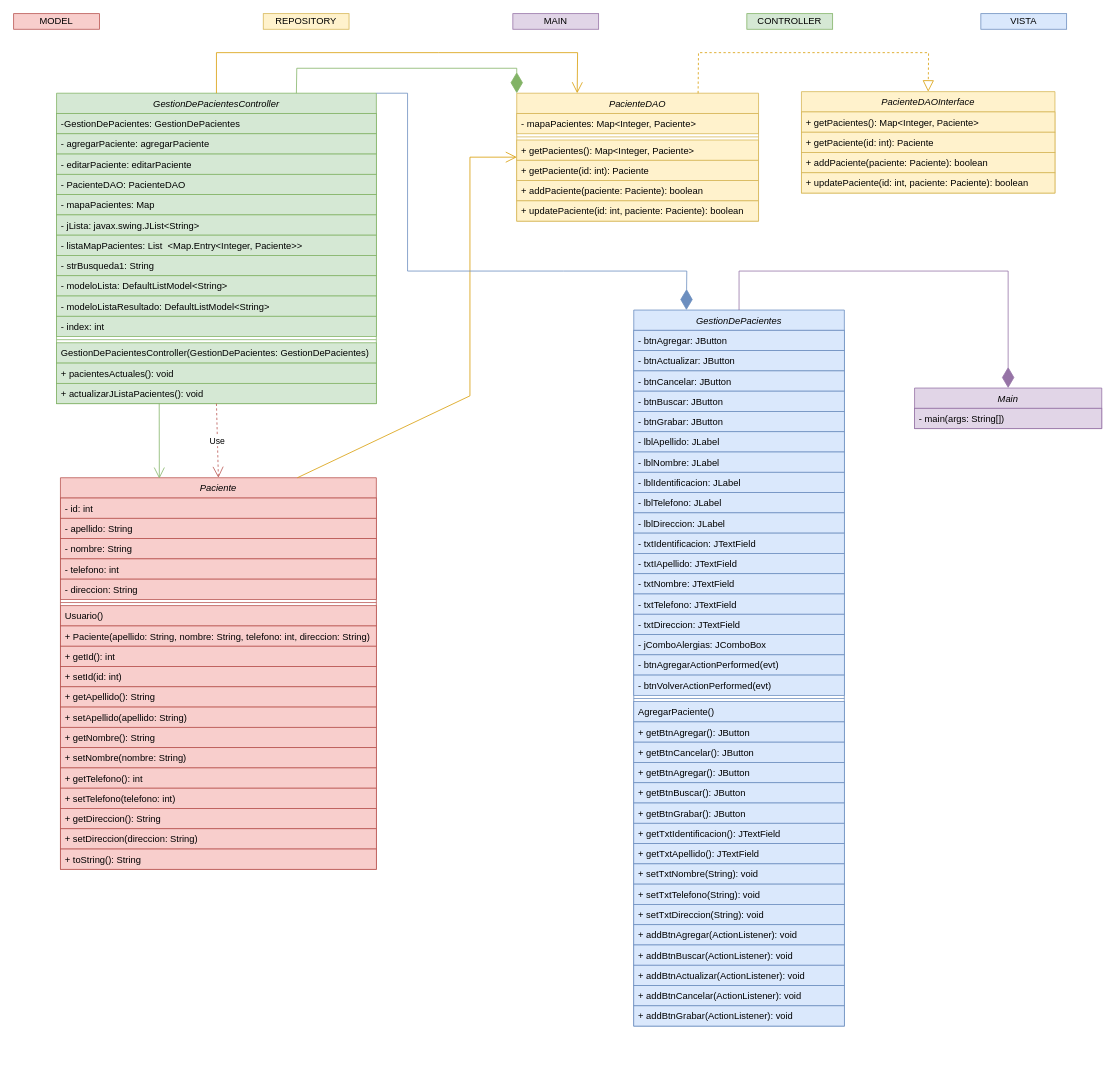
The draw.io diagram Parcial.drawio in 18luisc/Parcial, before the edit. Source tidied: cells renumbered, new cells numbered last; positions are measured from the earlier drawing's top-left corner, leaving out a move shared by most shapes. Both pictures are drawn from the tidied source at 78%, with x=0, y=0 at pixel (13, 13).
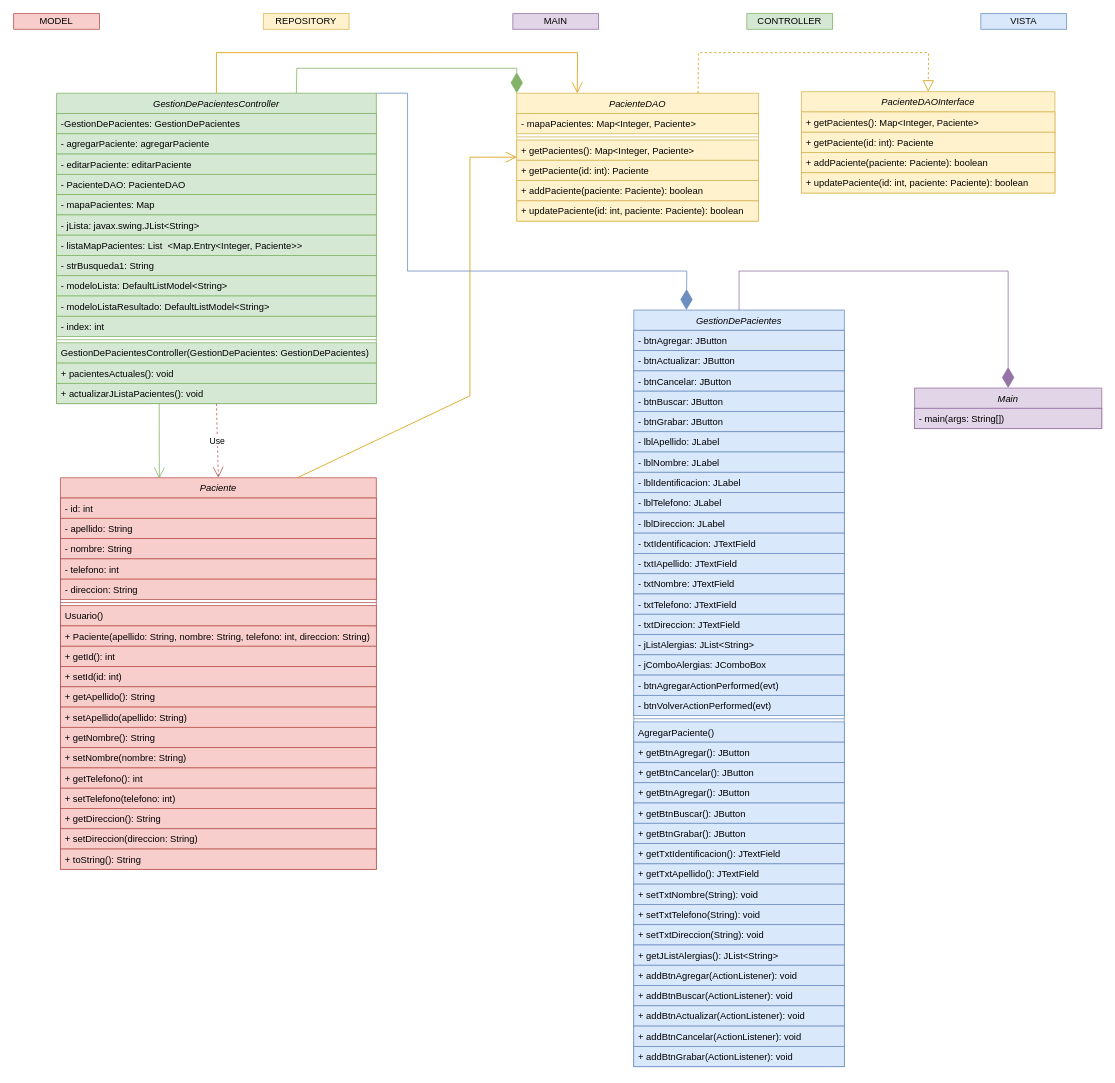
Above is the later version.

Commit message:
Actualización Clases

The edit, as a diff of the source:
```diff
@@
     <mxCell id="50" value="GestionDePacientes" style="swimlane;fontStyle=2;align=center;verticalAlign=top;horizontal=1;startSize=26;rounded=0;shadow=0;strokeWidth=1;fillColor=#dae8fc;strokeColor=#6c8ebf;" parent="1" vertex="1">
-      <mxGeometry x="795" y="380" width="270" height="918" as="geometry" />
+      <mxGeometry x="795" y="380" width="270" height="970" as="geometry" />
     </mxCell>
@@
+    <mxCell id="101" value="- jListAlergias: JList&lt;String&gt; " style="text;align=left;verticalAlign=top;spacingLeft=4;spacingRight=4;overflow=hidden;fillColor=#dae8fc;strokeColor=#6c8ebf;" parent="50" vertex="1">
+      <mxGeometry y="416" width="270" height="26" as="geometry" />
+    </mxCell>
     <mxCell id="66" value="- jComboAlergias: JComboBox" style="text;align=left;verticalAlign=top;spacingLeft=4;spacingRight=4;overflow=hidden;rounded=0;shadow=0;html=0;fillColor=#dae8fc;strokeColor=#6c8ebf;" parent="50" vertex="1">
-      <mxGeometry y="416" width="270" height="26" as="geometry" />
+      <mxGeometry y="442" width="270" height="26" as="geometry" />
     </mxCell>
     <mxCell id="67" value="- btnAgregarActionPerformed(evt)" style="text;align=left;verticalAlign=top;spacingLeft=4;spacingRight=4;overflow=hidden;fillColor=#dae8fc;strokeColor=#6c8ebf;" parent="50" vertex="1">
-      <mxGeometry y="442" width="270" height="26" as="geometry" />
+      <mxGeometry y="468" width="270" height="26" as="geometry" />
     </mxCell>
     <mxCell id="68" value="- btnVolverActionPerformed(evt)" style="text;align=left;verticalAlign=top;spacingLeft=4;spacingRight=4;overflow=hidden;fillColor=#dae8fc;strokeColor=#6c8ebf;" parent="50" vertex="1">
-      <mxGeometry y="468" width="270" height="26" as="geometry" />
+      <mxGeometry y="494" width="270" height="26" as="geometry" />
     </mxCell>
     <mxCell id="69" style="line;html=1;strokeWidth=1;align=left;verticalAlign=middle;spacingTop=-1;spacingLeft=3;spacingRight=3;labelPosition=right;fillColor=#dae8fc;strokeColor=#6c8ebf;" parent="50" vertex="1">
-      <mxGeometry y="494" width="270" height="8" as="geometry" />
+      <mxGeometry y="520" width="270" height="8" as="geometry" />
     </mxCell>
     <mxCell id="70" value="AgregarPaciente()  " style="text;align=left;verticalAlign=top;spacingLeft=4;spacingRight=4;overflow=hidden;fillColor=#dae8fc;strokeColor=#6c8ebf;" parent="50" vertex="1">
-      <mxGeometry y="502" width="270" height="26" as="geometry" />
+      <mxGeometry y="528" width="270" height="26" as="geometry" />
     </mxCell>
     <mxCell id="71" value="+ getBtnAgregar(): JButton " style="text;align=left;verticalAlign=top;spacingLeft=4;spacingRight=4;overflow=hidden;fillColor=#dae8fc;strokeColor=#6c8ebf;" parent="50" vertex="1">
-      <mxGeometry y="528" width="270" height="26" as="geometry" />
+      <mxGeometry y="554" width="270" height="26" as="geometry" />
     </mxCell>
     <mxCell id="72" value="+ getBtnCancelar(): JButton" style="text;align=left;verticalAlign=top;spacingLeft=4;spacingRight=4;overflow=hidden;fillColor=#dae8fc;strokeColor=#6c8ebf;" parent="50" vertex="1">
-      <mxGeometry y="554" width="270" height="26" as="geometry" />
+      <mxGeometry y="580" width="270" height="26" as="geometry" />
     </mxCell>
     <mxCell id="73" value="+ getBtnAgregar(): JButton" style="text;align=left;verticalAlign=top;spacingLeft=4;spacingRight=4;overflow=hidden;fillColor=#dae8fc;strokeColor=#6c8ebf;" parent="50" vertex="1">
-      <mxGeometry y="580" width="270" height="26" as="geometry" />
+      <mxGeometry y="606" width="270" height="26" as="geometry" />
     </mxCell>
     <mxCell id="74" value="+ getBtnBuscar(): JButton" style="text;align=left;verticalAlign=top;spacingLeft=4;spacingRight=4;overflow=hidden;fillColor=#dae8fc;strokeColor=#6c8ebf;" parent="50" vertex="1">
-      <mxGeometry y="606" width="270" height="26" as="geometry" />
+      <mxGeometry y="632" width="270" height="26" as="geometry" />
     </mxCell>
     <mxCell id="75" value="+ getBtnGrabar(): JButton" style="text;align=left;verticalAlign=top;spacingLeft=4;spacingRight=4;overflow=hidden;fillColor=#dae8fc;strokeColor=#6c8ebf;" parent="50" vertex="1">
-      <mxGeometry y="632" width="270" height="26" as="geometry" />
+      <mxGeometry y="658" width="270" height="26" as="geometry" />
     </mxCell>
     <mxCell id="76" value="+ getTxtIdentificacion(): JTextField" style="text;align=left;verticalAlign=top;spacingLeft=4;spacingRight=4;overflow=hidden;fillColor=#dae8fc;strokeColor=#6c8ebf;" parent="50" vertex="1">
-      <mxGeometry y="658" width="270" height="26" as="geometry" />
+      <mxGeometry y="684" width="270" height="26" as="geometry" />
     </mxCell>
     <mxCell id="77" value="+ getTxtApellido(): JTextField" style="text;align=left;verticalAlign=top;spacingLeft=4;spacingRight=4;overflow=hidden;fillColor=#dae8fc;strokeColor=#6c8ebf;" parent="50" vertex="1">
-      <mxGeometry y="684" width="270" height="26" as="geometry" />
+      <mxGeometry y="710" width="270" height="26" as="geometry" />
     </mxCell>
     <mxCell id="78" value="+ setTxtNombre(String): void  " style="text;align=left;verticalAlign=top;spacingLeft=4;spacingRight=4;overflow=hidden;fillColor=#dae8fc;strokeColor=#6c8ebf;" parent="50" vertex="1">
-      <mxGeometry y="710" width="270" height="26" as="geometry" />
+      <mxGeometry y="736" width="270" height="26" as="geometry" />
     </mxCell>
     <mxCell id="79" value="+ setTxtTelefono(String): void  " style="text;align=left;verticalAlign=top;spacingLeft=4;spacingRight=4;overflow=hidden;fillColor=#dae8fc;strokeColor=#6c8ebf;" parent="50" vertex="1">
-      <mxGeometry y="736" width="270" height="26" as="geometry" />
+      <mxGeometry y="762" width="270" height="26" as="geometry" />
     </mxCell>
     <mxCell id="80" value="+ setTxtDireccion(String): void  " style="text;align=left;verticalAlign=top;spacingLeft=4;spacingRight=4;overflow=hidden;fillColor=#dae8fc;strokeColor=#6c8ebf;" parent="50" vertex="1">
-      <mxGeometry y="762" width="270" height="26" as="geometry" />
+      <mxGeometry y="788" width="270" height="26" as="geometry" />
     </mxCell>
+    <mxCell id="102" value="+ getJListAlergias(): JList&lt;String&gt;   " style="text;align=left;verticalAlign=top;spacingLeft=4;spacingRight=4;overflow=hidden;fillColor=#dae8fc;strokeColor=#6c8ebf;" parent="50" vertex="1">
+      <mxGeometry y="814" width="270" height="26" as="geometry" />
+    </mxCell>
     <mxCell id="81" value="+ addBtnAgregar(ActionListener): void" style="text;align=left;verticalAlign=top;spacingLeft=4;spacingRight=4;overflow=hidden;fillColor=#dae8fc;strokeColor=#6c8ebf;" parent="50" vertex="1">
-      <mxGeometry y="788" width="270" height="26" as="geometry" />
+      <mxGeometry y="840" width="270" height="26" as="geometry" />
     </mxCell>
     <mxCell id="82" value="+ addBtnBuscar(ActionListener): void " style="text;align=left;verticalAlign=top;spacingLeft=4;spacingRight=4;overflow=hidden;fillColor=#dae8fc;strokeColor=#6c8ebf;" parent="50" vertex="1">
-      <mxGeometry y="814" width="270" height="26" as="geometry" />
+      <mxGeometry y="866" width="270" height="26" as="geometry" />
     </mxCell>
     <mxCell id="83" value="+ addBtnActualizar(ActionListener): void " style="text;align=left;verticalAlign=top;spacingLeft=4;spacingRight=4;overflow=hidden;fillColor=#dae8fc;strokeColor=#6c8ebf;" parent="50" vertex="1">
-      <mxGeometry y="840" width="270" height="26" as="geometry" />
+      <mxGeometry y="892" width="270" height="26" as="geometry" />
     </mxCell>
     <mxCell id="84" value="+ addBtnCancelar(ActionListener): void " style="text;align=left;verticalAlign=top;spacingLeft=4;spacingRight=4;overflow=hidden;fillColor=#dae8fc;strokeColor=#6c8ebf;" parent="50" vertex="1">
-      <mxGeometry y="866" width="270" height="26" as="geometry" />
+      <mxGeometry y="918" width="270" height="26" as="geometry" />
     </mxCell>
     <mxCell id="85" value="+ addBtnGrabar(ActionListener): void " style="text;align=left;verticalAlign=top;spacingLeft=4;spacingRight=4;overflow=hidden;fillColor=#dae8fc;strokeColor=#6c8ebf;" parent="50" vertex="1">
-      <mxGeometry y="892" width="270" height="26" as="geometry" />
+      <mxGeometry y="944" width="270" height="26" as="geometry" />
     </mxCell>
```
